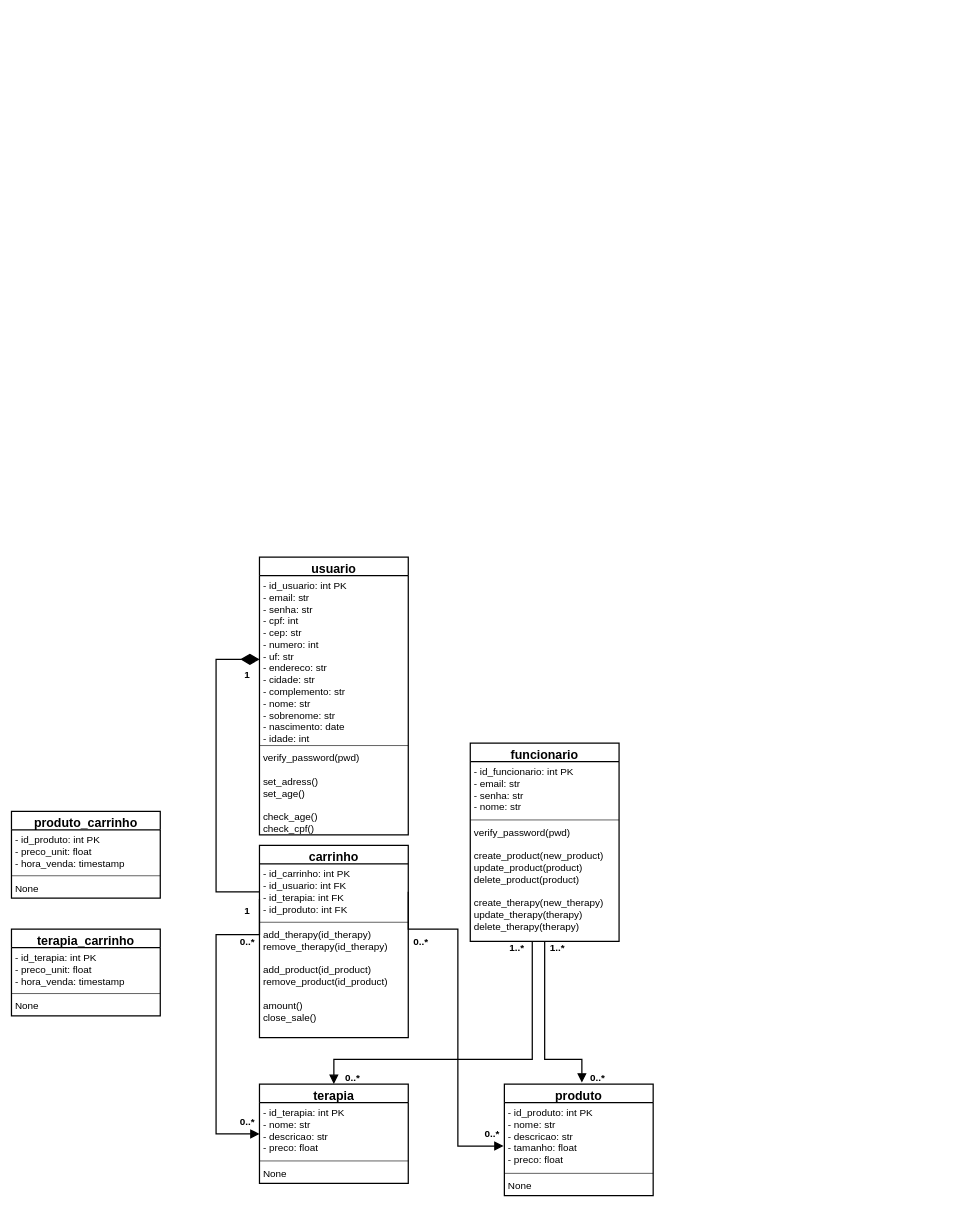
Above: page "UML" (1 of 3) of Documents/UML-Diagramas.drawio in terrotar/OPE (draw.io), before the change. Source tidied: cells renumbered, new cells numbered last; positions are measured from the earlier drawing's top-left corner, leaving out a move shared by most shapes. Both pictures are drawn from the tidied source at 62%, with x=0, y=0 at pixel (11, 557).
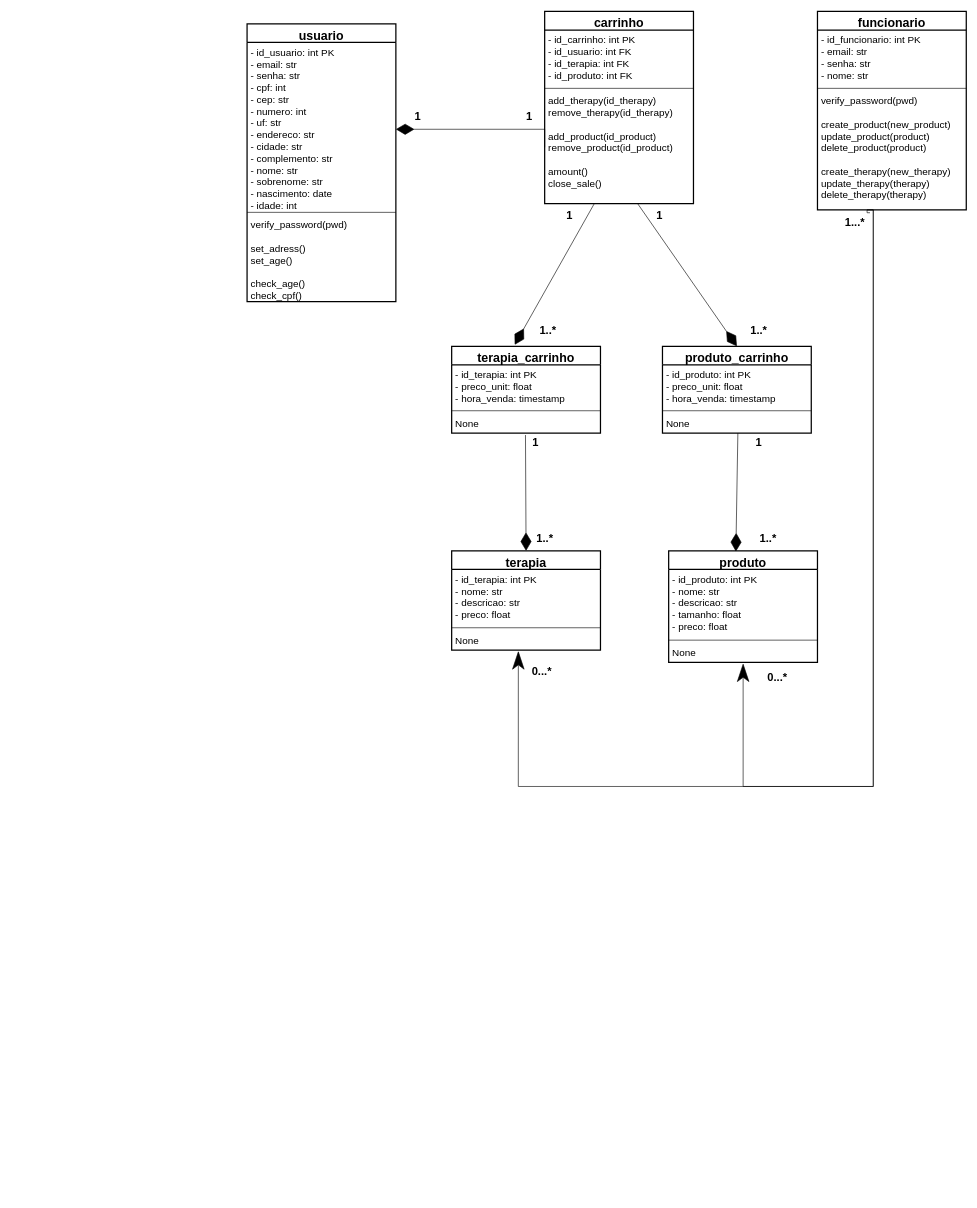
The same diagram, later.

Commit message:
UML atualizada

The change refers to these unchanged cells:
```xml
<mxCell id="11" value="verify_password(pwd)&#10;&#10;create_product(new_product)&#10;update_product(product)&#10;delete_product(product)&#10;&#10;create_therapy(new_therapy)&#10;update_therapy(therapy)&#10;delete_therapy(therapy)&#10;&#10;" style="text;strokeColor=none;fillColor=none;align=left;verticalAlign=top;spacingLeft=4;spacingRight=4;overflow=hidden;points=[[0,0.5],[1,0.5]];portConstraint=eastwest;fontSize=16;" parent="8" vertex="1">
  <mxGeometry y="128" width="240" height="192" as="geometry" />
</mxCell>
<mxCell id="13" value="- id_produto: int PK&#10;- nome: str&#10;- descricao: str&#10;- tamanho: float&#10;- preco: float" style="text;strokeColor=none;fillColor=none;align=left;verticalAlign=top;spacingLeft=4;spacingRight=4;overflow=hidden;points=[[0,0.5],[1,0.5]];portConstraint=eastwest;fontSize=16;" parent="12" vertex="1">
  <mxGeometry y="30" width="240" height="110" as="geometry" />
</mxCell>
<mxCell id="17" value="- id_terapia: int PK&#10;- nome: str&#10;- descricao: str&#10;- preco: float&#10;" style="text;strokeColor=none;fillColor=none;align=left;verticalAlign=top;spacingLeft=4;spacingRight=4;overflow=hidden;points=[[0,0.5],[1,0.5]];portConstraint=eastwest;fontSize=16;" parent="16" vertex="1">
  <mxGeometry y="30" width="240" height="90" as="geometry" />
</mxCell>
<mxCell id="19" value="None" style="text;strokeColor=none;fillColor=none;align=left;verticalAlign=top;spacingLeft=4;spacingRight=4;overflow=hidden;points=[[0,0.5],[1,0.5]];portConstraint=eastwest;fontSize=16;" parent="16" vertex="1">
  <mxGeometry y="128" width="240" height="32" as="geometry" />
</mxCell>
<mxCell id="21" value="- id_carrinho: int PK&#10;- id_usuario: int FK&#10;- id_terapia: int FK&#10;- id_produto: int FK" style="text;strokeColor=none;fillColor=none;align=left;verticalAlign=top;spacingLeft=4;spacingRight=4;overflow=hidden;points=[[0,0.5],[1,0.5]];portConstraint=eastwest;fontSize=16;" parent="20" vertex="1">
  <mxGeometry y="30" width="240" height="90" as="geometry" />
</mxCell>
<mxCell id="23" value="add_therapy(id_therapy)&#10;remove_therapy(id_therapy)&#10;&#10;add_product(id_product)&#10;remove_product(id_product)&#10;&#10;amount()&#10;close_sale()" style="text;strokeColor=none;fillColor=none;align=left;verticalAlign=top;spacingLeft=4;spacingRight=4;overflow=hidden;points=[[0,0.5],[1,0.5]];portConstraint=eastwest;fontSize=16;" parent="20" vertex="1">
  <mxGeometry y="128" width="240" height="182" as="geometry" />
</mxCell>
<mxCell id="40" value="None" style="text;strokeColor=none;fillColor=none;align=left;verticalAlign=top;spacingLeft=4;spacingRight=4;overflow=hidden;points=[[0,0.5],[1,0.5]];portConstraint=eastwest;fontSize=16;" parent="37" vertex="1">
  <mxGeometry y="108" width="240" height="32" as="geometry" />
</mxCell>
```

Diff of the diagram source:
```diff
@@
     <mxCell id="2" value="usuario" style="swimlane;fontStyle=1;align=center;verticalAlign=top;horizontal=1;startSize=30;strokeWidth=2;fontSize=20;" parent="1" vertex="1">
-      <mxGeometry x="400" width="240" height="448" as="geometry" />
+      <mxGeometry x="380" y="-860" width="240" height="448" as="geometry" />
     </mxCell>
@@
-    <mxCell id="6" style="edgeStyle=orthogonalEdgeStyle;rounded=0;jettySize=auto;html=1;endArrow=block;endFill=1;endSize=10;strokeWidth=2;fontSize=16;entryX=0.521;entryY=-0.013;entryDx=0;entryDy=0;entryPerimeter=0;" parent="1" edge="1" source="8" target="12">
-      <mxGeometry relative="1" as="geometry">
-        <Array as="points">
-          <mxPoint x="860" y="810" />
-          <mxPoint x="920" y="810" />
-        </Array>
-      </mxGeometry>
-    </mxCell>
-    <mxCell id="7" style="edgeStyle=orthogonalEdgeStyle;rounded=0;jettySize=auto;html=1;entryX=0.5;entryY=0;entryDx=0;entryDy=0;endArrow=block;endFill=1;endSize=10;strokeWidth=2;fontSize=16;" parent="1" edge="1" source="8" target="16">
-      <mxGeometry relative="1" as="geometry">
-        <Array as="points">
-          <mxPoint x="840" y="810" />
-          <mxPoint x="520" y="810" />
-        </Array>
-      </mxGeometry>
-    </mxCell>
     <mxCell id="8" value="funcionario" style="swimlane;fontStyle=1;align=center;verticalAlign=top;horizontal=1;startSize=30;strokeWidth=2;fontSize=20;" parent="1" vertex="1">
-      <mxGeometry x="740" y="300" width="240" height="320" as="geometry" />
+      <mxGeometry x="1300" y="-880" width="240" height="320" as="geometry" />
     </mxCell>
@@
     <mxCell id="12" value="produto" style="swimlane;fontStyle=1;align=center;verticalAlign=top;horizontal=1;startSize=30;strokeWidth=2;fontSize=20;" parent="1" vertex="1">
-      <mxGeometry x="795" y="850" width="240" height="180" as="geometry" />
+      <mxGeometry x="1060" y="-10" width="240" height="180" as="geometry" />
     </mxCell>
@@
+    <mxCell id="45" style="rounded=0;jumpSize=6;jettySize=auto;html=1;entryX=0.5;entryY=0;entryDx=0;entryDy=0;fontSize=11;startArrow=none;startFill=0;endArrow=diamondThin;endFill=1;endSize=27;targetPerimeterSpacing=0;strokeColor=#000000;strokeWidth=1;verticalAlign=middle;sourcePerimeterSpacing=0;exitX=0.496;exitY=1.098;exitDx=0;exitDy=0;exitPerimeter=0;" parent="1" edge="1" source="40" target="16">
+      <mxGeometry relative="1" as="geometry" />
+    </mxCell>
     <mxCell id="16" value="terapia" style="swimlane;fontStyle=1;align=center;verticalAlign=top;horizontal=1;startSize=30;strokeWidth=2;fontSize=20;" parent="1" vertex="1">
-      <mxGeometry x="400" y="850" width="240" height="160" as="geometry" />
+      <mxGeometry x="710" y="-10" width="240" height="160" as="geometry" />
     </mxCell>
@@
     <mxCell id="20" value="carrinho" style="swimlane;fontStyle=1;align=center;verticalAlign=top;horizontal=1;startSize=30;strokeWidth=2;fontSize=20;" parent="1" vertex="1">
-      <mxGeometry x="400" y="465" width="240" height="310" as="geometry" />
+      <mxGeometry x="860" y="-880" width="240" height="310" as="geometry" />
     </mxCell>
@@
-    <mxCell id="24" style="edgeStyle=orthogonalEdgeStyle;rounded=0;jettySize=auto;html=1;strokeWidth=2;endSize=25;endArrow=diamondThin;endFill=1;" parent="1" edge="1" source="21">
-      <mxGeometry relative="1" as="geometry">
-        <mxPoint x="400" y="165" as="targetPoint" />
-        <Array as="points">
-          <mxPoint x="330" y="540" />
-          <mxPoint x="330" y="165" />
-        </Array>
-      </mxGeometry>
-    </mxCell>
-    <mxCell id="25" style="edgeStyle=orthogonalEdgeStyle;rounded=0;jettySize=auto;html=1;strokeWidth=2;endSize=10;exitX=0;exitY=0.627;exitDx=0;exitDy=0;exitPerimeter=0;entryX=0.001;entryY=0.56;entryDx=0;entryDy=0;entryPerimeter=0;endArrow=block;endFill=1;" parent="1" edge="1" source="21" target="17">
-      <mxGeometry relative="1" as="geometry">
-        <Array as="points">
-          <mxPoint x="330" y="609" />
-          <mxPoint x="330" y="930" />
-        </Array>
-      </mxGeometry>
-    </mxCell>
-    <mxCell id="26" style="edgeStyle=orthogonalEdgeStyle;rounded=0;jettySize=auto;html=1;strokeWidth=2;endSize=10;exitX=1;exitY=0.5;exitDx=0;exitDy=0;endArrow=block;endFill=1;entryX=-0.005;entryY=0.636;entryDx=0;entryDy=0;entryPerimeter=0;" parent="1" edge="1" source="21" target="13">
-      <mxGeometry relative="1" as="geometry">
-        <Array as="points">
-          <mxPoint x="640" y="600" />
-          <mxPoint x="720" y="600" />
-          <mxPoint x="720" y="950" />
-        </Array>
-      </mxGeometry>
-    </mxCell>
-    <mxCell id="27" value="1" style="text;html=1;align=center;verticalAlign=middle;fontStyle=1;fontSize=16;" parent="1" vertex="1">
-      <mxGeometry x="370" y="180" width="20" height="20" as="geometry" />
-    </mxCell>
-    <mxCell id="28" value="1" style="text;html=1;align=center;verticalAlign=middle;fontStyle=1;fontSize=16;" parent="1" vertex="1">
-      <mxGeometry x="370" y="560" width="20" height="20" as="geometry" />
-    </mxCell>
-    <mxCell id="29" value="0..*" style="text;html=1;align=center;verticalAlign=middle;fontStyle=1;fontSize=16;" parent="1" vertex="1">
-      <mxGeometry x="360" y="900" width="40" height="20" as="geometry" />
-    </mxCell>
-    <mxCell id="30" value="0..*" style="text;html=1;align=center;verticalAlign=middle;fontStyle=1;fontSize=16;" parent="1" vertex="1">
-      <mxGeometry x="360" y="610" width="40" height="20" as="geometry" />
-    </mxCell>
-    <mxCell id="31" value="0..*" style="text;html=1;align=center;verticalAlign=middle;fontStyle=1;fontSize=16;" parent="1" vertex="1">
-      <mxGeometry x="640" y="610" width="40" height="20" as="geometry" />
-    </mxCell>
-    <mxCell id="32" value="0..*" style="text;html=1;align=center;verticalAlign=middle;fontStyle=1;fontSize=16;" parent="1" vertex="1">
-      <mxGeometry x="755" y="920" width="40" height="20" as="geometry" />
-    </mxCell>
-    <mxCell id="33" value="0..*" style="text;html=1;align=center;verticalAlign=middle;fontStyle=1;fontSize=16;" parent="1" vertex="1">
-      <mxGeometry x="925" y="830" width="40" height="20" as="geometry" />
-    </mxCell>
-    <mxCell id="34" value="1..*" style="text;html=1;align=center;verticalAlign=middle;fontStyle=1;fontSize=16;" parent="1" vertex="1">
-      <mxGeometry x="860" y="620" width="40" height="20" as="geometry" />
-    </mxCell>
-    <mxCell id="35" value="0..*" style="text;html=1;align=center;verticalAlign=middle;fontStyle=1;fontSize=16;" parent="1" vertex="1">
-      <mxGeometry x="530" y="830" width="40" height="20" as="geometry" />
-    </mxCell>
-    <mxCell id="36" value="1..*" style="text;html=1;align=center;verticalAlign=middle;fontStyle=1;fontSize=16;" parent="1" vertex="1">
-      <mxGeometry x="795" y="620" width="40" height="20" as="geometry" />
-    </mxCell>
     <mxCell id="37" value="terapia_carrinho" style="swimlane;fontStyle=1;align=center;verticalAlign=top;horizontal=1;startSize=30;strokeWidth=2;fontSize=20;" parent="1" vertex="1">
-      <mxGeometry y="600" width="240" height="140" as="geometry" />
+      <mxGeometry x="710" y="-340" width="240" height="140" as="geometry" />
     </mxCell>
@@
     <mxCell id="41" value="produto_carrinho" style="swimlane;fontStyle=1;align=center;verticalAlign=top;horizontal=1;startSize=30;strokeWidth=2;fontSize=20;" parent="1" vertex="1">
-      <mxGeometry y="410" width="240" height="140" as="geometry" />
+      <mxGeometry x="1050" y="-340" width="240" height="140" as="geometry" />
     </mxCell>
@@
+    <mxCell id="46" style="edgeStyle=orthogonalEdgeStyle;rounded=0;jettySize=auto;html=1;exitX=0;exitY=0.5;exitDx=0;exitDy=0;endArrow=diamondThin;endFill=1;endSize=27;" parent="1" edge="1" source="23">
+      <mxGeometry relative="1" as="geometry">
+        <mxPoint x="620" y="-690" as="targetPoint" />
+        <Array as="points">
+          <mxPoint x="860" y="-690" />
+        </Array>
+      </mxGeometry>
+    </mxCell>
+    <mxCell id="47" value="&lt;span&gt;&lt;font style=&quot;font-size: 18px&quot;&gt;1&lt;/font&gt;&lt;/span&gt;" style="text;html=1;align=center;verticalAlign=middle;strokeColor=none;fillColor=none;fontStyle=1;" parent="1" vertex="1">
+      <mxGeometry x="640" y="-720" width="30" height="20" as="geometry" />
+    </mxCell>
+    <mxCell id="48" value="&lt;span&gt;&lt;font style=&quot;font-size: 18px&quot;&gt;1&lt;/font&gt;&lt;/span&gt;" style="text;html=1;align=center;verticalAlign=middle;strokeColor=none;fillColor=none;fontStyle=1;" parent="1" vertex="1">
+      <mxGeometry x="820" y="-720" width="30" height="20" as="geometry" />
+    </mxCell>
+    <mxCell id="49" style="rounded=0;jumpSize=6;orthogonalLoop=1;jettySize=auto;html=1;entryX=0.408;entryY=0.006;entryDx=0;entryDy=0;fontSize=11;startArrow=none;startFill=0;endArrow=diamondThin;endFill=1;endSize=27;targetPerimeterSpacing=0;strokeColor=#000000;strokeWidth=1;verticalAlign=middle;sourcePerimeterSpacing=0;entryPerimeter=0;exitX=0.442;exitY=1;exitDx=0;exitDy=0;exitPerimeter=0;" parent="1" edge="1">
+      <mxGeometry relative="1" as="geometry">
+        <mxPoint x="1171.6" y="-200" as="sourcePoint" />
+        <mxPoint x="1168.4" y="-9" as="targetPoint" />
+      </mxGeometry>
+    </mxCell>
+    <mxCell id="50" style="rounded=0;jumpSize=6;jettySize=auto;html=1;entryX=0.424;entryY=-0.018;entryDx=0;entryDy=0;fontSize=11;startArrow=none;startFill=0;endArrow=diamondThin;endFill=1;endSize=27;targetPerimeterSpacing=0;strokeColor=#000000;strokeWidth=1;verticalAlign=middle;sourcePerimeterSpacing=0;exitX=0.496;exitY=1.098;exitDx=0;exitDy=0;exitPerimeter=0;entryPerimeter=0;" parent="1" edge="1" target="37">
+      <mxGeometry relative="1" as="geometry">
+        <mxPoint x="940" y="-570" as="sourcePoint" />
+      </mxGeometry>
+    </mxCell>
+    <mxCell id="51" style="rounded=0;jumpSize=6;jettySize=auto;html=1;entryX=0.5;entryY=0;entryDx=0;entryDy=0;fontSize=11;startArrow=none;startFill=0;endArrow=diamondThin;endFill=1;endSize=27;targetPerimeterSpacing=0;strokeColor=#000000;strokeWidth=1;verticalAlign=middle;sourcePerimeterSpacing=0;exitX=0.496;exitY=1.098;exitDx=0;exitDy=0;exitPerimeter=0;" parent="1" edge="1" target="41">
+      <mxGeometry relative="1" as="geometry">
+        <mxPoint x="1010" y="-570" as="sourcePoint" />
+      </mxGeometry>
+    </mxCell>
+    <mxCell id="52" style="rounded=0;jumpSize=6;jettySize=auto;html=1;fontSize=11;startArrow=none;startFill=0;endArrow=classicThin;endFill=1;endSize=27;targetPerimeterSpacing=0;strokeColor=#000000;strokeWidth=1;verticalAlign=middle;sourcePerimeterSpacing=0;exitX=0.496;exitY=1.098;exitDx=0;exitDy=0;exitPerimeter=0;edgeStyle=orthogonalEdgeStyle;entryX=0.448;entryY=1.054;entryDx=0;entryDy=0;entryPerimeter=0;" parent="1" edge="1" target="19">
+      <mxGeometry relative="1" as="geometry">
+        <mxPoint x="1380" y="-560" as="sourcePoint" />
+        <Array as="points">
+          <mxPoint x="1390" y="-560" />
+          <mxPoint x="1390" y="370" />
+          <mxPoint x="817" y="370" />
+        </Array>
+      </mxGeometry>
+    </mxCell>
+    <mxCell id="53" style="rounded=0;jumpSize=6;jettySize=auto;html=1;fontSize=11;startArrow=none;startFill=0;endArrow=classicThin;endFill=1;endSize=27;targetPerimeterSpacing=0;strokeColor=#000000;strokeWidth=1;verticalAlign=middle;sourcePerimeterSpacing=0;edgeStyle=orthogonalEdgeStyle;entryX=0.448;entryY=1.054;entryDx=0;entryDy=0;entryPerimeter=0;exitX=0.353;exitY=1.024;exitDx=0;exitDy=0;exitPerimeter=0;" parent="1" edge="1" source="11">
+      <mxGeometry relative="1" as="geometry">
+        <mxPoint x="1180.1" y="171.7" as="targetPoint" />
+        <Array as="points">
+          <mxPoint x="1380" y="-555" />
+          <mxPoint x="1380" y="-560" />
+          <mxPoint x="1390" y="-560" />
+          <mxPoint x="1390" y="370" />
+          <mxPoint x="1180" y="370" />
+        </Array>
+      </mxGeometry>
+    </mxCell>
+    <mxCell id="54" value="&lt;span style=&quot;font-size: 18px;&quot;&gt;1...*&lt;/span&gt;" style="text;html=1;align=center;verticalAlign=middle;strokeColor=none;fillColor=none;fontSize=18;fontStyle=1;" parent="1" vertex="1">
+      <mxGeometry x="1335" y="-555" width="50" height="30" as="geometry" />
+    </mxCell>
+    <mxCell id="55" value="0...*" style="text;html=1;align=center;verticalAlign=middle;strokeColor=none;fillColor=none;fontSize=18;fontStyle=1;" parent="1" vertex="1">
+      <mxGeometry x="1210" y="180" width="50" height="30" as="geometry" />
+    </mxCell>
+    <mxCell id="56" value="0...*" style="text;html=1;align=center;verticalAlign=middle;strokeColor=none;fillColor=none;fontSize=18;fontStyle=1;" parent="1" vertex="1">
+      <mxGeometry x="830" y="170" width="50" height="30" as="geometry" />
+    </mxCell>
+    <mxCell id="57" value="1..*" style="text;html=1;align=center;verticalAlign=middle;strokeColor=none;fillColor=none;fontSize=18;fontStyle=1;" parent="1" vertex="1">
+      <mxGeometry x="840" y="-45" width="40" height="30" as="geometry" />
+    </mxCell>
+    <mxCell id="58" value="1" style="text;html=1;align=center;verticalAlign=middle;strokeColor=none;fillColor=none;fontSize=18;fontStyle=1;" parent="1" vertex="1">
+      <mxGeometry x="830" y="-200" width="30" height="30" as="geometry" />
+    </mxCell>
+    <mxCell id="59" value="1" style="text;html=1;align=center;verticalAlign=middle;strokeColor=none;fillColor=none;fontSize=18;fontStyle=1;" parent="1" vertex="1">
+      <mxGeometry x="1190" y="-200" width="30" height="30" as="geometry" />
+    </mxCell>
+    <mxCell id="60" value="1..*" style="text;html=1;align=center;verticalAlign=middle;strokeColor=none;fillColor=none;fontSize=18;fontStyle=1;" parent="1" vertex="1">
+      <mxGeometry x="1200" y="-45" width="40" height="30" as="geometry" />
+    </mxCell>
+    <mxCell id="61" value="1" style="text;html=1;align=center;verticalAlign=middle;strokeColor=none;fillColor=none;fontSize=18;fontStyle=1;" parent="1" vertex="1">
+      <mxGeometry x="885" y="-565" width="30" height="30" as="geometry" />
+    </mxCell>
+    <mxCell id="62" value="1" style="text;html=1;align=center;verticalAlign=middle;strokeColor=none;fillColor=none;fontSize=18;fontStyle=1;" parent="1" vertex="1">
+      <mxGeometry x="1030" y="-565" width="30" height="30" as="geometry" />
+    </mxCell>
+    <mxCell id="63" value="1..*" style="text;html=1;align=center;verticalAlign=middle;strokeColor=none;fillColor=none;fontSize=18;fontStyle=1;" parent="1" vertex="1">
+      <mxGeometry x="845" y="-380" width="40" height="30" as="geometry" />
+    </mxCell>
+    <mxCell id="64" value="1..*" style="text;html=1;align=center;verticalAlign=middle;strokeColor=none;fillColor=none;fontSize=18;fontStyle=1;" parent="1" vertex="1">
+      <mxGeometry x="1185" y="-380" width="40" height="30" as="geometry" />
+    </mxCell>
```
